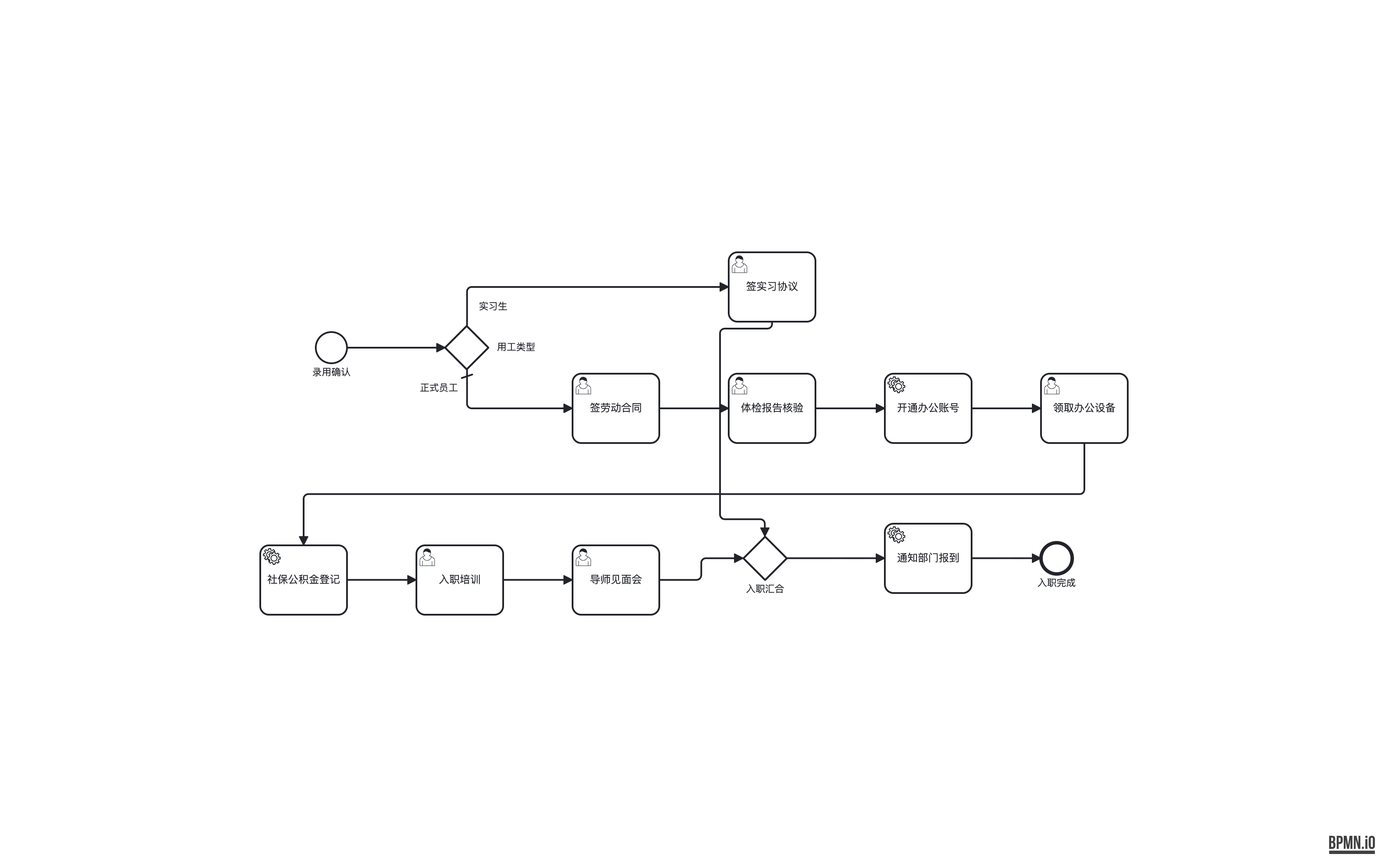
Before: out-bpmn-png/58-unbalanced-branches.png, a diagram exported from BPMN (LcpMarvel/tramito-layout). Its source is kept beside it as out-xml/58-unbalanced-branches.bpmn. Ids are renumbered.
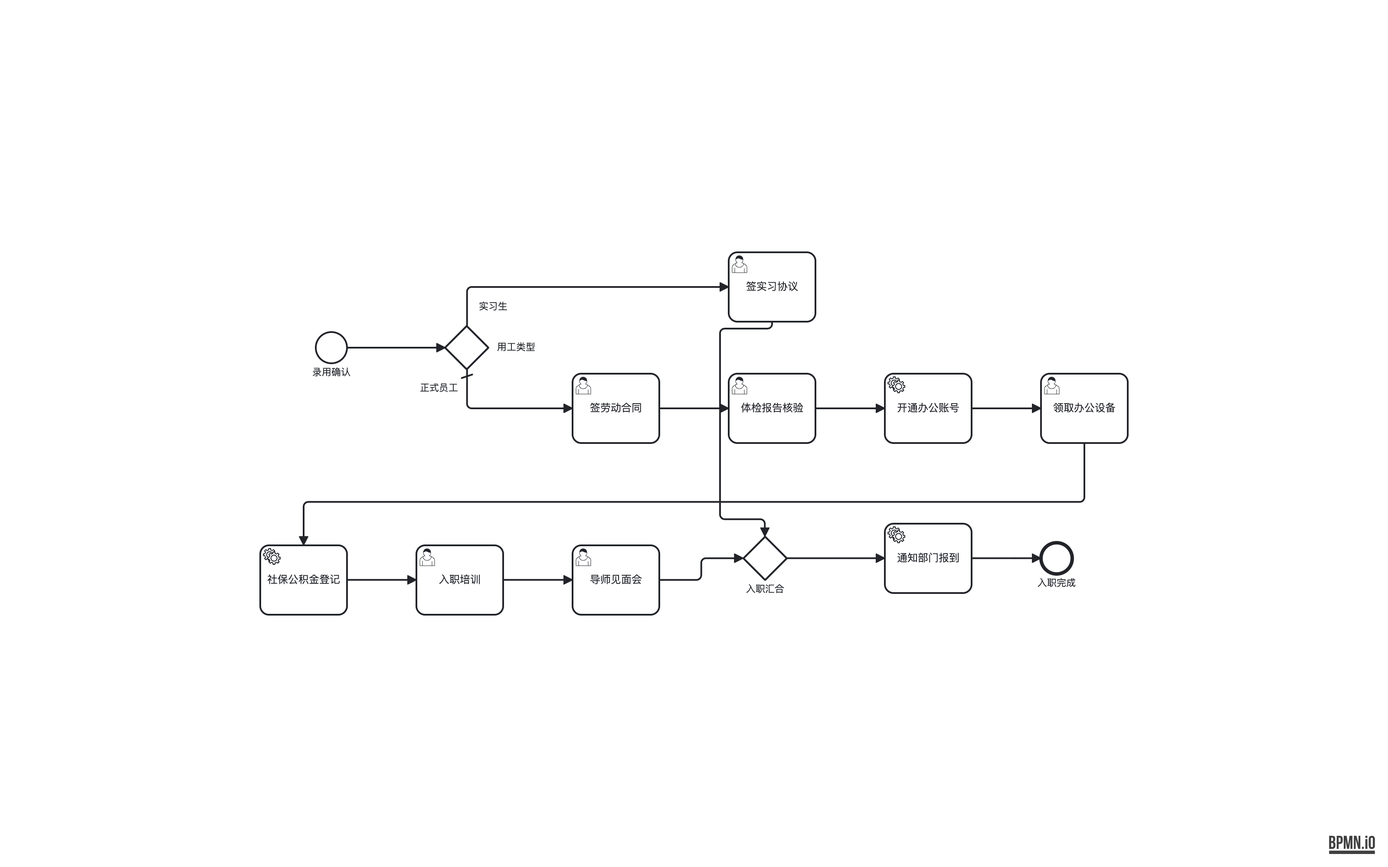
Later version of the same file.

What changed in the source:
```diff
@@ -158,8 +158,8 @@
       </bpmndi:BPMNEdge>
       <bpmndi:BPMNEdge id="flow_ft_45_di" bpmnElement="flow_ft_45">
         <di:waypoint x="1122" y="252" />
-        <di:waypoint x="1122" y="310.91666666666663" />
-        <di:waypoint x="222" y="310.91666666666663" />
+        <di:waypoint x="1122" y="319.91666666666663" />
+        <di:waypoint x="222" y="319.91666666666663" />
         <di:waypoint x="222" y="369.8333333333333" />
       </bpmndi:BPMNEdge>
       <bpmndi:BPMNEdge id="flow_ft_56_di" bpmnElement="flow_ft_56">
```
